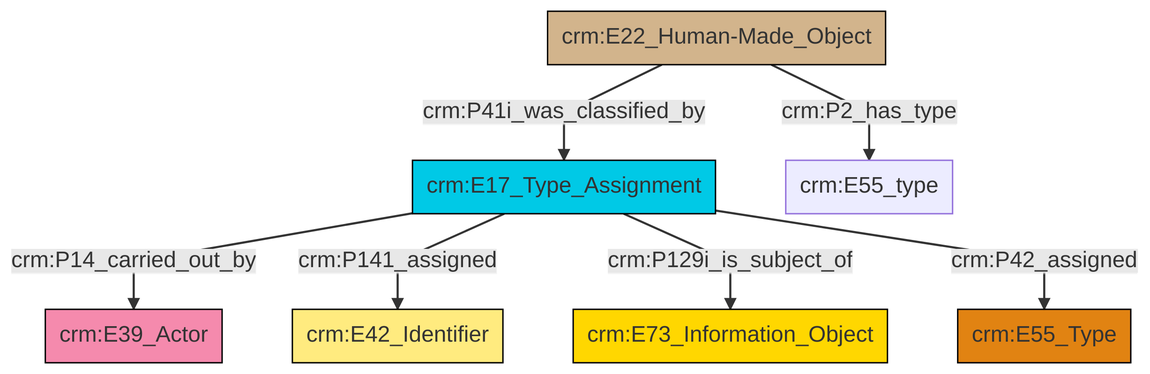
Before: et/builtWorkCSV/ttl/mmd/png/Built_Work_designation_status.png, a diagram exported from Mermaid (swiss-art-research-net/docs.swissartresearch). Its source is kept beside it as et/builtWorkCSV/ttl/mmd/Built_Work_designation_status.ttl.mmd.
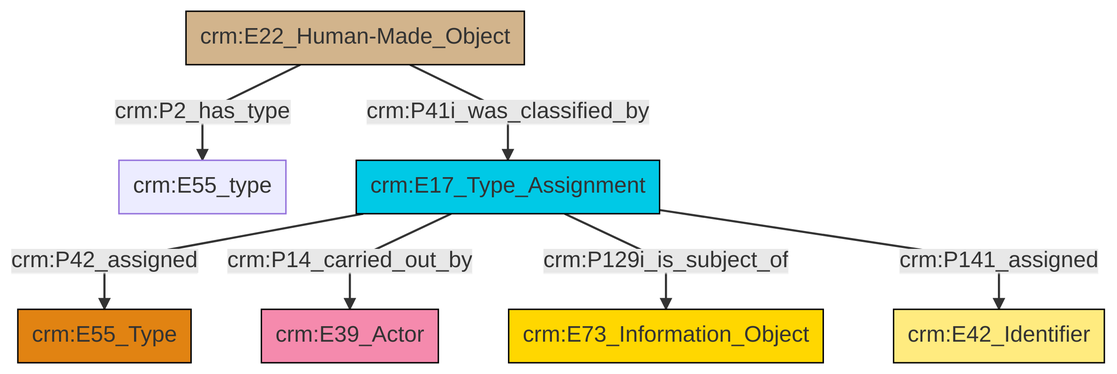
The same diagram one commit later.

Change to the diagram source:
```diff
@@ -13,9 +13,9 @@
 classDef PC_Classes fill:#4ce600, stroke:#000000;
 classDef Multi fill:#cccccc,stroke:#000000;
 
-0["crm:E17_Type_Assignment"]:::Temporal_Entity -->|crm:P14_carried_out_by| 1["crm:E39_Actor"]:::Actor
-0["crm:E17_Type_Assignment"]:::Temporal_Entity -->|crm:P141_assigned| 4["crm:E42_Identifier"]:::Appellation
-0["crm:E17_Type_Assignment"]:::Temporal_Entity -->|crm:P129i_is_subject_of| 7["crm:E73_Information_Object"]:::Conceptual_Object
-2["crm:E22_Human-Made_Object"]:::Physical_Thing -->|crm:P41i_was_classified_by| 0["crm:E17_Type_Assignment"]:::Temporal_Entity
-2["crm:E22_Human-Made_Object"]:::Physical_Thing -->|crm:P2_has_type| 9["crm:E55_type"]:::Default
-0["crm:E17_Type_Assignment"]:::Temporal_Entity -->|crm:P42_assigned| 5["crm:E55_Type"]:::Type
+0["crm:E22_Human-Made_Object"]:::Physical_Thing -->|crm:P2_has_type| 1["crm:E55_type"]:::Default
+2["crm:E17_Type_Assignment"]:::Temporal_Entity -->|crm:P42_assigned| 3["crm:E55_Type"]:::Type
+2["crm:E17_Type_Assignment"]:::Temporal_Entity -->|crm:P14_carried_out_by| 8["crm:E39_Actor"]:::Actor
+2["crm:E17_Type_Assignment"]:::Temporal_Entity -->|crm:P129i_is_subject_of| 6["crm:E73_Information_Object"]:::Conceptual_Object
+0["crm:E22_Human-Made_Object"]:::Physical_Thing -->|crm:P41i_was_classified_by| 2["crm:E17_Type_Assignment"]:::Temporal_Entity
+2["crm:E17_Type_Assignment"]:::Temporal_Entity -->|crm:P141_assigned| 4["crm:E42_Identifier"]:::Appellation
```
